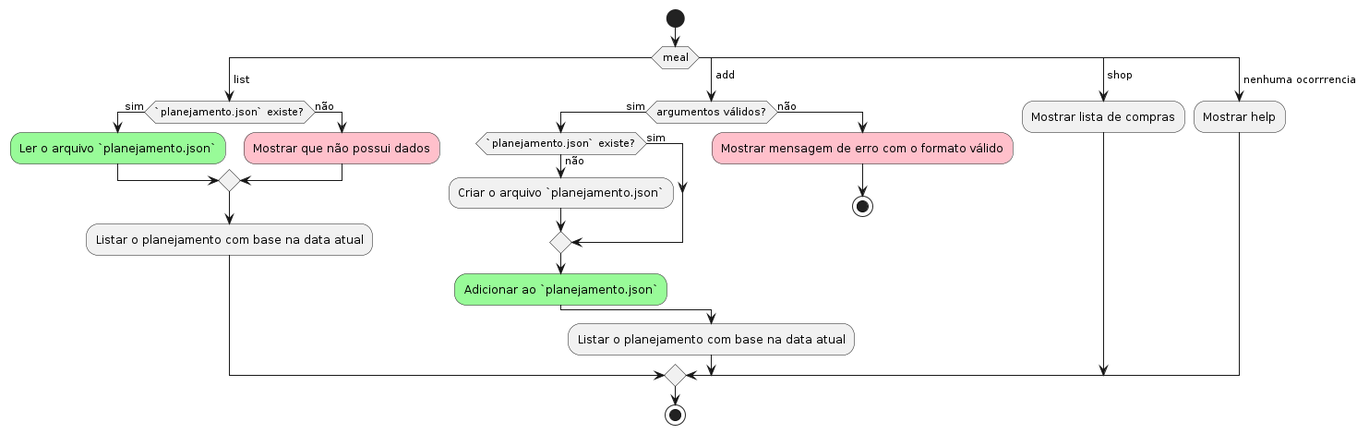
Above: diagrama_atividade.png in renatonunes74/meal (PlantUML), before the change. Its diagram source:
```plantuml
@startuml
start
switch (meal)
case ( list )
	if (`planejamento.json` existe?) then (sim)
	#palegreen:Ler o arquivo `planejamento.json`;
	else (não)
	#pink:Mostrar que não possui dados;
	endif
	:Listar o planejamento com base na data atual;
case ( add )
		if (argumentos válidos?) then (sim)
	if (`planejamento.json` existe?) then (sim)
	else (não)
		:Criar o arquivo `planejamento.json`;
	endif
			#palegreen:Adicionar ao `planejamento.json`;
		else (não)
			#pink:Mostrar mensagem de erro com o formato válido;
			stop
		endif
	:Listar o planejamento com base na data atual;
case ( shop )
  :Mostrar lista de compras;
  case ( nenhuma ocorrrencia )
  :Mostrar help;
endswitch
stop
@enduml
```
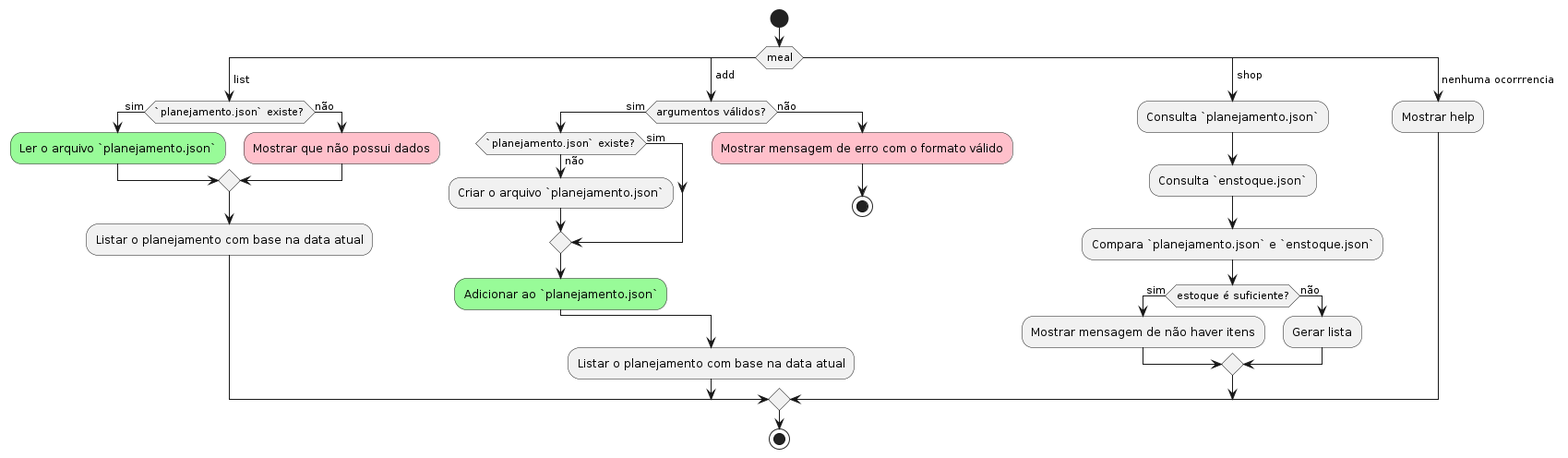
After the commit.

Change to the diagram source:
```diff
@@ -1,29 +1,36 @@
 @startuml
-start
-switch (meal)
-case ( list )
-	if (`planejamento.json` existe?) then (sim)
-	#palegreen:Ler o arquivo `planejamento.json`;
-	else (não)
-	#pink:Mostrar que não possui dados;
+	start
+	switch (meal)
+	case ( list )
+if (`planejamento.json` existe?) then (sim)
+#palegreen:Ler o arquivo `planejamento.json`;
+else (não)
+#pink:Mostrar que não possui dados;
 	endif
 	:Listar o planejamento com base na data atual;
-case ( add )
-		if (argumentos válidos?) then (sim)
+	case ( add )
+	if (argumentos válidos?) then (sim)
 	if (`planejamento.json` existe?) then (sim)
-	else (não)
-		:Criar o arquivo `planejamento.json`;
+else (não)
+	:Criar o arquivo `planejamento.json`;
 	endif
-			#palegreen:Adicionar ao `planejamento.json`;
-		else (não)
-			#pink:Mostrar mensagem de erro com o formato válido;
-			stop
-		endif
+#palegreen:Adicionar ao `planejamento.json`;
+else (não)
+#pink:Mostrar mensagem de erro com o formato válido;
+	stop
+	endif
 	:Listar o planejamento com base na data atual;
 case ( shop )
-  :Mostrar lista de compras;
-  case ( nenhuma ocorrrencia )
-  :Mostrar help;
-endswitch
-stop
-@enduml
+	:Consulta `planejamento.json`;
+	:Consulta `enstoque.json`;
+	:Compara `planejamento.json` e `enstoque.json`;
+if (estoque é suficiente?) then (sim)
+	:Mostrar mensagem de não haver itens;
+else (não)
+	:Gerar lista;
+	endif
+case ( nenhuma ocorrrencia )
+	:Mostrar help;
+	endswitch
+	stop
+	@enduml
```
